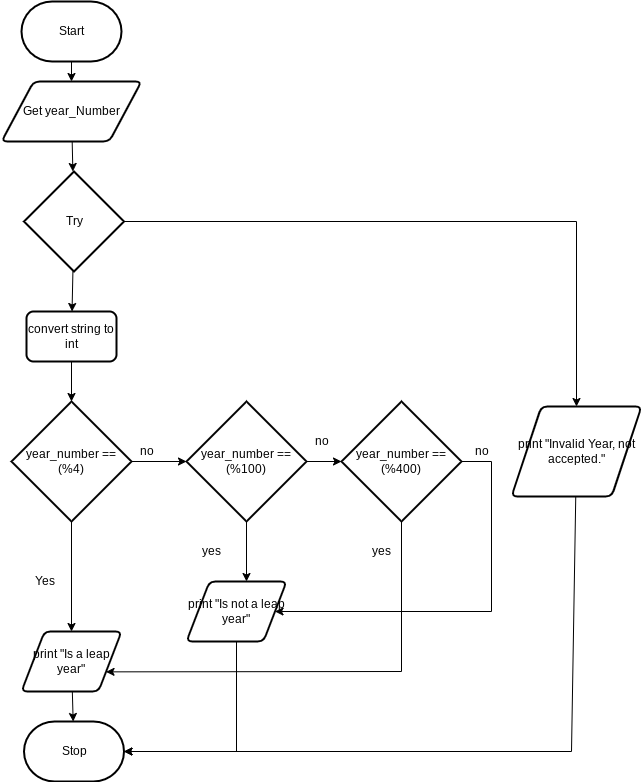
The draw.io diagram Draw.io/Flowchart.png in Peter-Gemmell/ICS3U-Unt3-08-Python, before a commit. Source tidied: cells renumbered, new cells last; positions are measured from the earlier drawing's top-left corner, leaving out a move shared by most shapes.
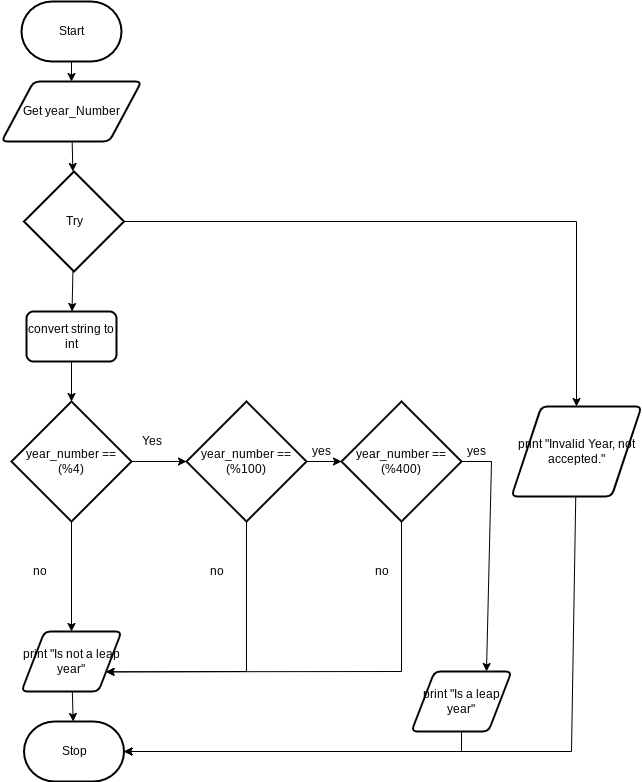
After the commit.

Commit message:
Heckn love leap years

Diff of the diagram source:
```diff
@@ -17,7 +17,7 @@
     <mxCell id="6" style="edgeStyle=none;html=1;" parent="1" edge="1" source="7" target="8">
       <mxGeometry relative="1" as="geometry" />
     </mxCell>
-    <mxCell id="7" value="print &quot;Is a leap year&quot;" style="shape=parallelogram;html=1;strokeWidth=2;perimeter=parallelogramPerimeter;whiteSpace=wrap;rounded=1;arcSize=12;size=0.23;" parent="1" vertex="1">
+    <mxCell id="7" value="print &quot;Is not a leap year&quot;" style="shape=parallelogram;html=1;strokeWidth=2;perimeter=parallelogramPerimeter;whiteSpace=wrap;rounded=1;arcSize=12;size=0.23;" parent="1" vertex="1">
       <mxGeometry x="20" y="630" width="100" height="60" as="geometry" />
     </mxCell>
     <mxCell id="8" value="Stop" style="strokeWidth=2;html=1;shape=mxgraph.flowchart.terminator;whiteSpace=wrap;" parent="1" vertex="1">
@@ -56,7 +56,7 @@
       <mxGeometry x="22.5" y="170" width="100" height="100" as="geometry" />
     </mxCell>
     <mxCell id="17" value="Yes&lt;br&gt;" style="text;html=1;align=center;verticalAlign=middle;strokeColor=none;fillColor=none;" parent="1" vertex="1">
-      <mxGeometry x="22.5" y="570" width="40" height="20" as="geometry" />
+      <mxGeometry x="130" y="430" width="40" height="20" as="geometry" />
     </mxCell>
     <mxCell id="18" style="edgeStyle=none;rounded=0;html=1;" parent="1" edge="1" source="19" target="11">
       <mxGeometry relative="1" as="geometry" />
@@ -65,11 +65,13 @@
       <mxGeometry x="25" y="310" width="90" height="50" as="geometry" />
     </mxCell>
     <mxCell id="20" value="no" style="text;html=1;align=center;verticalAlign=middle;strokeColor=none;fillColor=none;" parent="1" vertex="1">
-      <mxGeometry x="130" y="440" width="30" height="20" as="geometry" />
+      <mxGeometry x="22.5" y="560" width="30" height="20" as="geometry" />
     </mxCell>
-    <mxCell id="21" style="edgeStyle=none;rounded=0;html=1;" parent="1" edge="1" source="23">
+    <mxCell id="21" style="edgeStyle=none;rounded=0;html=1;entryX=1;entryY=0.75;entryDx=0;entryDy=0;exitX=0.5;exitY=1;exitDx=0;exitDy=0;exitPerimeter=0;" parent="1" edge="1" source="23" target="7">
       <mxGeometry relative="1" as="geometry">
-        <mxPoint x="245" y="580" as="targetPoint" />
+        <Array as="points">
+          <mxPoint x="245" y="670" />
+        </Array>
       </mxGeometry>
     </mxCell>
     <mxCell id="22" style="edgeStyle=none;rounded=0;html=1;entryX=0;entryY=0.5;entryDx=0;entryDy=0;entryPerimeter=0;" parent="1" edge="1" source="23" target="26">
@@ -85,38 +87,37 @@
         </Array>
       </mxGeometry>
     </mxCell>
-    <mxCell id="25" style="edgeStyle=none;rounded=0;html=1;entryX=1;entryY=0.5;entryDx=0;entryDy=0;exitX=1;exitY=0.5;exitDx=0;exitDy=0;exitPerimeter=0;" parent="1" edge="1" source="26" target="28">
+    <mxCell id="25" style="edgeStyle=none;rounded=0;html=1;entryX=0.75;entryY=0;entryDx=0;entryDy=0;exitX=1;exitY=0.5;exitDx=0;exitDy=0;exitPerimeter=0;" parent="1" edge="1" source="26" target="28">
       <mxGeometry relative="1" as="geometry">
         <Array as="points">
           <mxPoint x="490" y="460" />
-          <mxPoint x="490" y="610" />
         </Array>
       </mxGeometry>
     </mxCell>
     <mxCell id="26" value="year_number == (%400)" style="strokeWidth=2;html=1;shape=mxgraph.flowchart.decision;whiteSpace=wrap;" parent="1" vertex="1">
       <mxGeometry x="340" y="400" width="120" height="120" as="geometry" />
     </mxCell>
-    <mxCell id="27" style="edgeStyle=none;rounded=0;html=1;entryX=1;entryY=0.5;entryDx=0;entryDy=0;entryPerimeter=0;" parent="1" edge="1" source="28" target="8">
+    <mxCell id="27" style="edgeStyle=none;html=1;entryX=1;entryY=0.5;entryDx=0;entryDy=0;entryPerimeter=0;rounded=0;" parent="1" edge="1" source="28" target="8">
       <mxGeometry relative="1" as="geometry">
         <Array as="points">
-          <mxPoint x="235" y="750" />
+          <mxPoint x="460" y="750" />
         </Array>
       </mxGeometry>
     </mxCell>
-    <mxCell id="28" value="print &quot;Is not a leap year&quot;" style="shape=parallelogram;html=1;strokeWidth=2;perimeter=parallelogramPerimeter;whiteSpace=wrap;rounded=1;arcSize=12;size=0.23;" parent="1" vertex="1">
-      <mxGeometry x="185" y="580" width="100" height="60" as="geometry" />
+    <mxCell id="28" value="print &quot;Is a leap year&quot;" style="shape=parallelogram;html=1;strokeWidth=2;perimeter=parallelogramPerimeter;whiteSpace=wrap;rounded=1;arcSize=12;size=0.23;" parent="1" vertex="1">
+      <mxGeometry x="410" y="670" width="100" height="60" as="geometry" />
     </mxCell>
     <mxCell id="29" value="no" style="text;html=1;align=center;verticalAlign=middle;strokeColor=none;fillColor=none;" parent="1" vertex="1">
-      <mxGeometry x="305" y="430" width="30" height="20" as="geometry" />
+      <mxGeometry x="200" y="560" width="30" height="20" as="geometry" />
     </mxCell>
     <mxCell id="30" value="yes" style="text;html=1;align=center;verticalAlign=middle;strokeColor=none;fillColor=none;" parent="1" vertex="1">
-      <mxGeometry x="195" y="540" width="30" height="20" as="geometry" />
+      <mxGeometry x="305" y="440" width="30" height="20" as="geometry" />
     </mxCell>
     <mxCell id="31" value="yes" style="text;html=1;align=center;verticalAlign=middle;strokeColor=none;fillColor=none;" parent="1" vertex="1">
-      <mxGeometry x="365" y="540" width="30" height="20" as="geometry" />
+      <mxGeometry x="460" y="440" width="30" height="20" as="geometry" />
     </mxCell>
     <mxCell id="32" value="no" style="text;html=1;align=center;verticalAlign=middle;strokeColor=none;fillColor=none;" parent="1" vertex="1">
-      <mxGeometry x="465" y="440" width="30" height="20" as="geometry" />
+      <mxGeometry x="365" y="560" width="30" height="20" as="geometry" />
     </mxCell>
   </root>
 </mxGraphModel>
```
